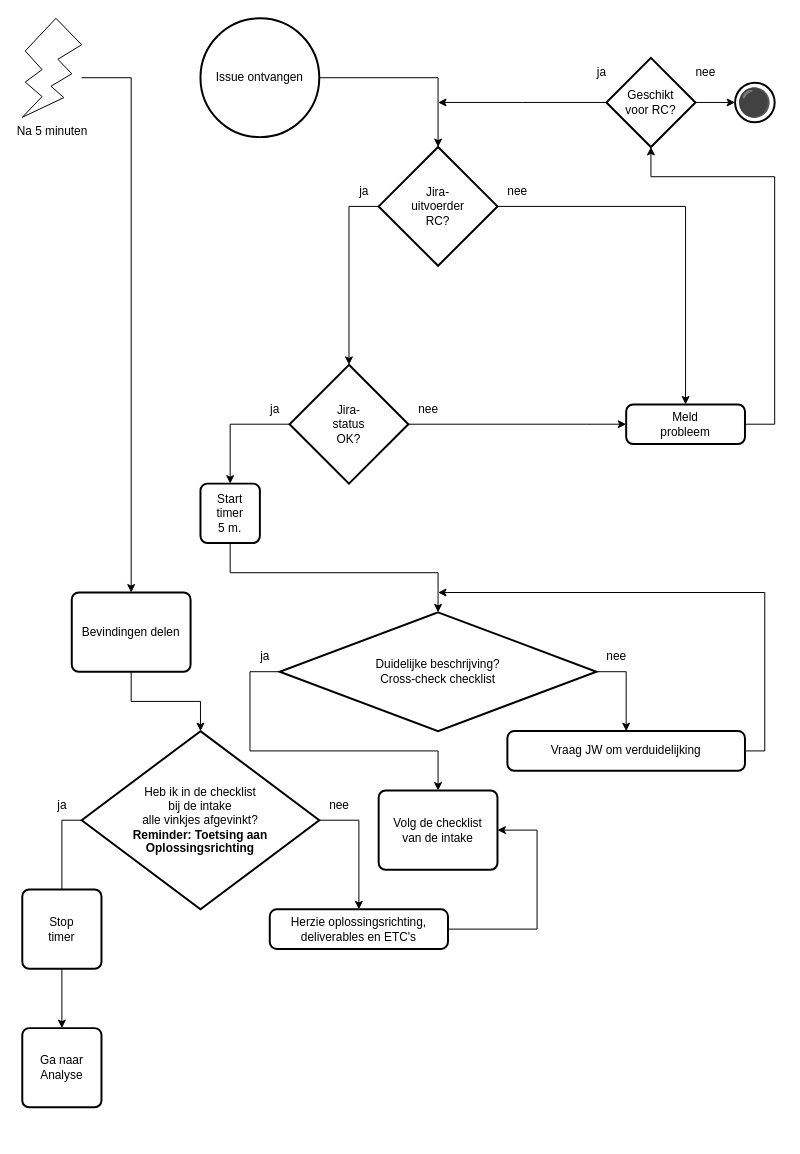
The draw.io diagram 1 Issue Tracker intake.drawio in Zaibatsu89/IssueTracker, before the edit. Source tidied: cells renumbered, new cells numbered last; positions are measured from the earlier drawing's top-left corner, leaving out a move shared by most shapes. Both pictures are drawn from the tidied source at 99%, with x=0, y=0 at pixel (22, 18).
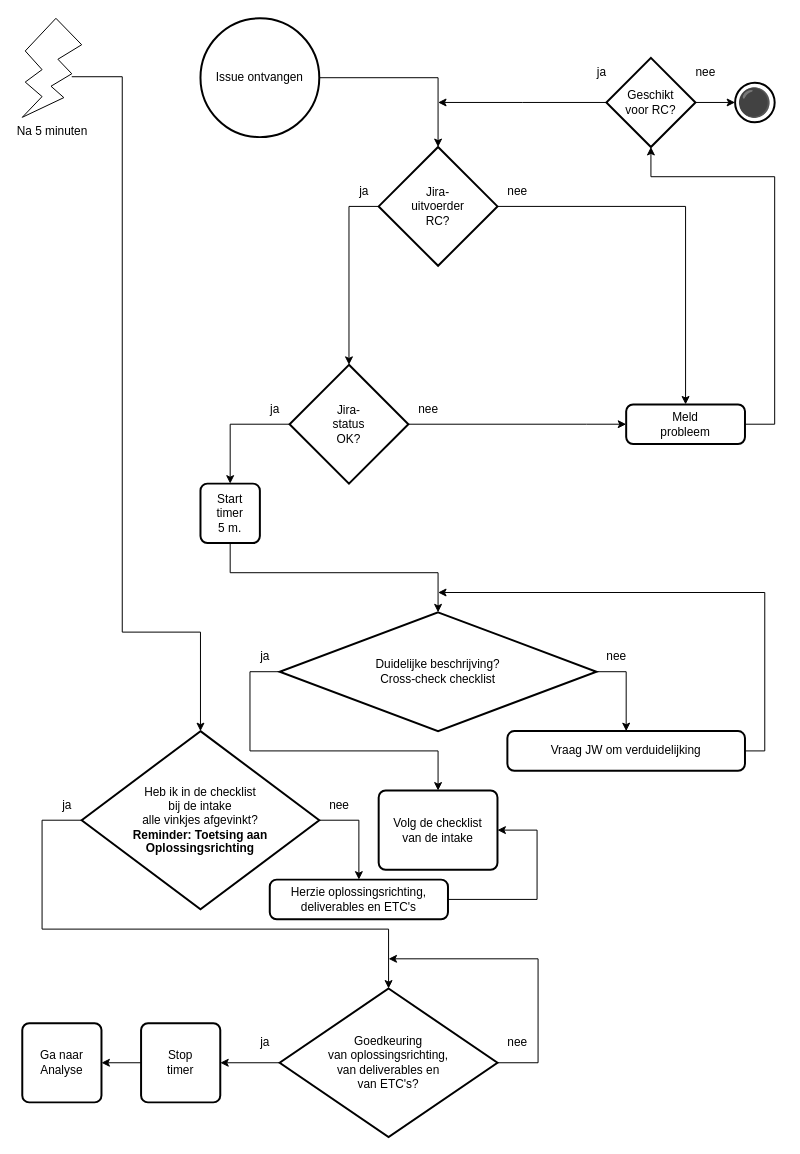
The same diagram, later.

Commit message (it also covers changes not shown here):
Goedkeuring van oplossingsrichting en ETC? in intake flowchart

Unchanged cells that the change refers to:
```xml
<mxCell id="11" value="Volg de checklist&lt;br&gt;van de intake" style="rounded=1;whiteSpace=wrap;html=1;absoluteArcSize=1;arcSize=14;strokeWidth=2;" parent="1" vertex="1">
  <mxGeometry x="360" y="780" width="120" height="80" as="geometry" />
</mxCell>
<mxCell id="12" value="Na 5 minuten" style="verticalLabelPosition=bottom;verticalAlign=top;html=1;shape=mxgraph.basic.flash;" parent="1" vertex="1">
  <mxGeometry width="60" height="100" as="geometry" />
</mxCell>
<mxCell id="16" value="Heb ik in de checklist&lt;br&gt;bij de intake&lt;br&gt;alle vinkjes afgevinkt?&lt;br&gt;&lt;b&gt;Reminder: Toetsing aan Oplossingsrichting&lt;/b&gt;" style="strokeWidth=2;html=1;shape=mxgraph.flowchart.decision;whiteSpace=wrap;" parent="1" vertex="1">
  <mxGeometry x="60" y="720" width="240" height="180" as="geometry" />
</mxCell>
```

What changed in the source:
```diff
@@
-    <mxCell id="9" value="Bevindingen delen" style="rounded=1;whiteSpace=wrap;html=1;absoluteArcSize=1;arcSize=14;strokeWidth=2;" parent="1" vertex="1">
-      <mxGeometry x="50" y="580" width="120" height="80" as="geometry" />
-    </mxCell>
@@
-    <mxCell id="13" style="edgeStyle=orthogonalEdgeStyle;rounded=0;jettySize=auto;html=1;entryX=0.5;entryY=0;entryDx=0;entryDy=0;" parent="1" edge="1" target="9">
-      <mxGeometry relative="1" as="geometry">
-        <mxPoint x="60" y="60" as="sourcePoint" />
-        <Array as="points">
-          <mxPoint x="110" y="60" />
-        </Array>
-      </mxGeometry>
-    </mxCell>
@@
-    <mxCell id="15" style="edgeStyle=orthogonalEdgeStyle;rounded=0;jettySize=auto;html=1;entryX=0.5;entryY=0;entryDx=0;entryDy=0;exitX=0;exitY=0.5;exitDx=0;exitDy=0;exitPerimeter=0;" parent="1" edge="1" source="16" target="35">
-      <mxGeometry relative="1" as="geometry">
-        <Array as="points">
-          <mxPoint x="40" y="890" />
-          <mxPoint x="40" y="990" />
-        </Array>
-      </mxGeometry>
-    </mxCell>
+    <mxCell id="47" style="edgeStyle=orthogonalEdgeStyle;rounded=0;jettySize=auto;html=1;exitX=0.833;exitY=0.59;exitDx=0;exitDy=0;exitPerimeter=0;entryX=0.5;entryY=0;entryDx=0;entryDy=0;entryPerimeter=0;" parent="1" edge="1" source="12" target="16">
+      <mxGeometry relative="1" as="geometry">
+        <Array as="points">
+          <mxPoint x="101" y="59" />
+          <mxPoint x="101" y="620" />
+          <mxPoint x="180" y="620" />
+        </Array>
+      </mxGeometry>
+    </mxCell>
@@
     <mxCell id="17" value="ja" style="text;html=1;align=center;verticalAlign=middle;strokeColor=none;fillColor=none;" parent="1" vertex="1">
-      <mxGeometry x="25" y="780" width="30" height="30" as="geometry" />
+      <mxGeometry x="30" y="780" width="30" height="30" as="geometry" />
     </mxCell>
     <mxCell id="18" style="edgeStyle=orthogonalEdgeStyle;rounded=0;jettySize=auto;html=1;exitX=1;exitY=0.5;exitDx=0;exitDy=0;entryX=1;entryY=0.5;entryDx=0;entryDy=0;" parent="1" edge="1" source="19" target="11">
       <mxGeometry relative="1" as="geometry">
         <Array as="points">
-          <mxPoint x="520" y="920" />
+          <mxPoint x="520" y="890" />
           <mxPoint x="520" y="820" />
         </Array>
       </mxGeometry>
     </mxCell>
     <mxCell id="19" value="Herzie oplossingsrichting,&lt;br&gt;deliverables en ETC's" style="rounded=1;whiteSpace=wrap;html=1;absoluteArcSize=1;arcSize=14;strokeWidth=2;" parent="1" vertex="1">
-      <mxGeometry x="250" y="900" width="180" height="40" as="geometry" />
+      <mxGeometry x="250" y="870" width="180" height="40" as="geometry" />
     </mxCell>
@@
     <mxCell id="28" value="Ga naar&lt;br&gt;Analyse" style="rounded=1;whiteSpace=wrap;html=1;absoluteArcSize=1;arcSize=14;strokeWidth=2;" parent="1" vertex="1">
-      <mxGeometry y="1020" width="80" height="80" as="geometry" />
+      <mxGeometry y="1015" width="80" height="80" as="geometry" />
     </mxCell>
@@
-    <mxCell id="34" style="edgeStyle=orthogonalEdgeStyle;rounded=0;jettySize=auto;html=1;exitX=0.5;exitY=1;exitDx=0;exitDy=0;entryX=0.5;entryY=0;entryDx=0;entryDy=0;" parent="1" edge="1" source="35" target="28">
+    <mxCell id="34" style="edgeStyle=orthogonalEdgeStyle;rounded=0;jettySize=auto;html=1;exitX=0;exitY=0.5;exitDx=0;exitDy=0;" parent="1" edge="1" source="35" target="28">
       <mxGeometry relative="1" as="geometry" />
     </mxCell>
     <mxCell id="35" value="Stop&lt;br&gt;timer" style="rounded=1;whiteSpace=wrap;html=1;absoluteArcSize=1;arcSize=14;strokeWidth=2;" parent="1" vertex="1">
-      <mxGeometry y="880" width="80" height="80" as="geometry" />
+      <mxGeometry x="120" y="1015" width="80" height="80" as="geometry" />
     </mxCell>
@@
-    <mxCell id="46" style="edgeStyle=orthogonalEdgeStyle;rounded=0;jettySize=auto;html=1;entryX=0.5;entryY=0;entryDx=0;entryDy=0;entryPerimeter=0;" parent="1" edge="1" source="9" target="16">
-      <mxGeometry relative="1" as="geometry" />
-    </mxCell>
+    <mxCell id="48" style="edgeStyle=orthogonalEdgeStyle;rounded=0;jettySize=auto;html=1;exitX=0;exitY=0.5;exitDx=0;exitDy=0;exitPerimeter=0;entryX=1;entryY=0.5;entryDx=0;entryDy=0;" parent="1" edge="1" source="50" target="35">
+      <mxGeometry relative="1" as="geometry" />
+    </mxCell>
+    <mxCell id="49" style="edgeStyle=orthogonalEdgeStyle;rounded=0;jettySize=auto;html=1;exitX=1;exitY=0.5;exitDx=0;exitDy=0;exitPerimeter=0;" parent="1" edge="1" source="50">
+      <mxGeometry relative="1" as="geometry">
+        <mxPoint x="370" y="950" as="targetPoint" />
+        <Array as="points">
+          <mxPoint x="521" y="1055" />
+          <mxPoint x="521" y="950" />
+        </Array>
+      </mxGeometry>
+    </mxCell>
+    <mxCell id="50" value="Goedkeuring&lt;br&gt;van oplossingsrichting,&lt;br&gt;van deliverables en&lt;br&gt;van ETC's?" style="strokeWidth=2;html=1;shape=mxgraph.flowchart.decision;whiteSpace=wrap;" parent="1" vertex="1">
+      <mxGeometry x="260" y="980" width="220" height="150" as="geometry" />
+    </mxCell>
+    <mxCell id="51" style="edgeStyle=orthogonalEdgeStyle;rounded=0;jettySize=auto;html=1;exitX=0;exitY=0.5;exitDx=0;exitDy=0;exitPerimeter=0;entryX=0.5;entryY=0;entryDx=0;entryDy=0;entryPerimeter=0;" parent="1" edge="1" source="16" target="50">
+      <mxGeometry relative="1" as="geometry">
+        <Array as="points">
+          <mxPoint x="20" y="810" />
+          <mxPoint x="20" y="920" />
+          <mxPoint x="370" y="920" />
+        </Array>
+      </mxGeometry>
+    </mxCell>
+    <mxCell id="52" value="ja" style="text;html=1;align=center;verticalAlign=middle;strokeColor=none;fillColor=none;" parent="1" vertex="1">
+      <mxGeometry x="230" y="1020" width="30" height="30" as="geometry" />
+    </mxCell>
+    <mxCell id="53" value="nee" style="text;html=1;align=center;verticalAlign=middle;strokeColor=none;fillColor=none;" parent="1" vertex="1">
+      <mxGeometry x="480" y="1020" width="40" height="30" as="geometry" />
+    </mxCell>
```
